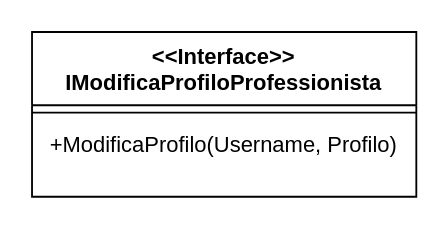
This is uml/ModificaProfiloProfessionista Interface.drawio from Iannicc/Pet-Party, a draw.io file, before an edit. Source tidied: cells renumbered, new cells numbered last; positions are measured from the earlier drawing's top-left corner, leaving out a move shared by most shapes. Both pictures are drawn from the tidied source at 183%, with x=0, y=0 at pixel (31, 31).
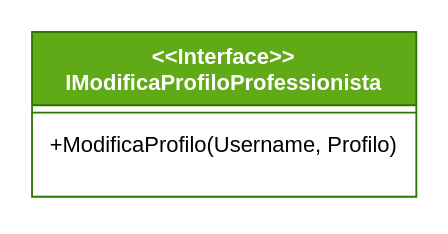
Above is the later version.

Diff of the diagram source:
```diff
@@
 <mxGraphModel>
   <root>
     <mxCell id="0" />
     <mxCell id="1" parent="0" />
-    <mxCell id="2" value="&lt;div&gt;&amp;lt;&amp;lt;Interface&amp;gt;&amp;gt;&lt;/div&gt;&lt;div&gt;IModificaProfiloProfessionista&lt;br&gt;&lt;/div&gt;" style="swimlane;fontStyle=1;align=center;verticalAlign=top;horizontal=1;startSize=40;whiteSpace=wrap;html=1;" parent="1" vertex="1">
+    <mxCell id="2" value="&lt;div&gt;&amp;lt;&amp;lt;Interface&amp;gt;&amp;gt;&lt;/div&gt;&lt;div&gt;IModificaProfiloProfessionista&lt;br&gt;&lt;/div&gt;" style="swimlane;fontStyle=1;align=center;verticalAlign=top;horizontal=1;startSize=40;whiteSpace=wrap;html=1;fillColor=#60a917;fontColor=#ffffff;strokeColor=#2D7600;" parent="1" vertex="1">
       <mxGeometry width="210" height="90" as="geometry" />
     </mxCell>
     <mxCell id="3" style="line;strokeWidth=1;fillColor=none;align=left;verticalAlign=middle;spacingTop=-1;spacingLeft=3;spacingRight=3;labelPosition=right;strokeColor=inherit;" parent="2" vertex="1">
       <mxGeometry y="40" width="210" height="8" as="geometry" />
     </mxCell>
     <mxCell id="4" value="+ModificaProfilo(Username, Profilo)" style="text;strokeColor=none;fillColor=none;align=center;verticalAlign=top;spacingLeft=4;spacingRight=4;overflow=hidden;whiteSpace=wrap;html=1;" parent="2" vertex="1">
       <mxGeometry y="48" width="210" height="42" as="geometry" />
     </mxCell>
   </root>
 </mxGraphModel>
```
